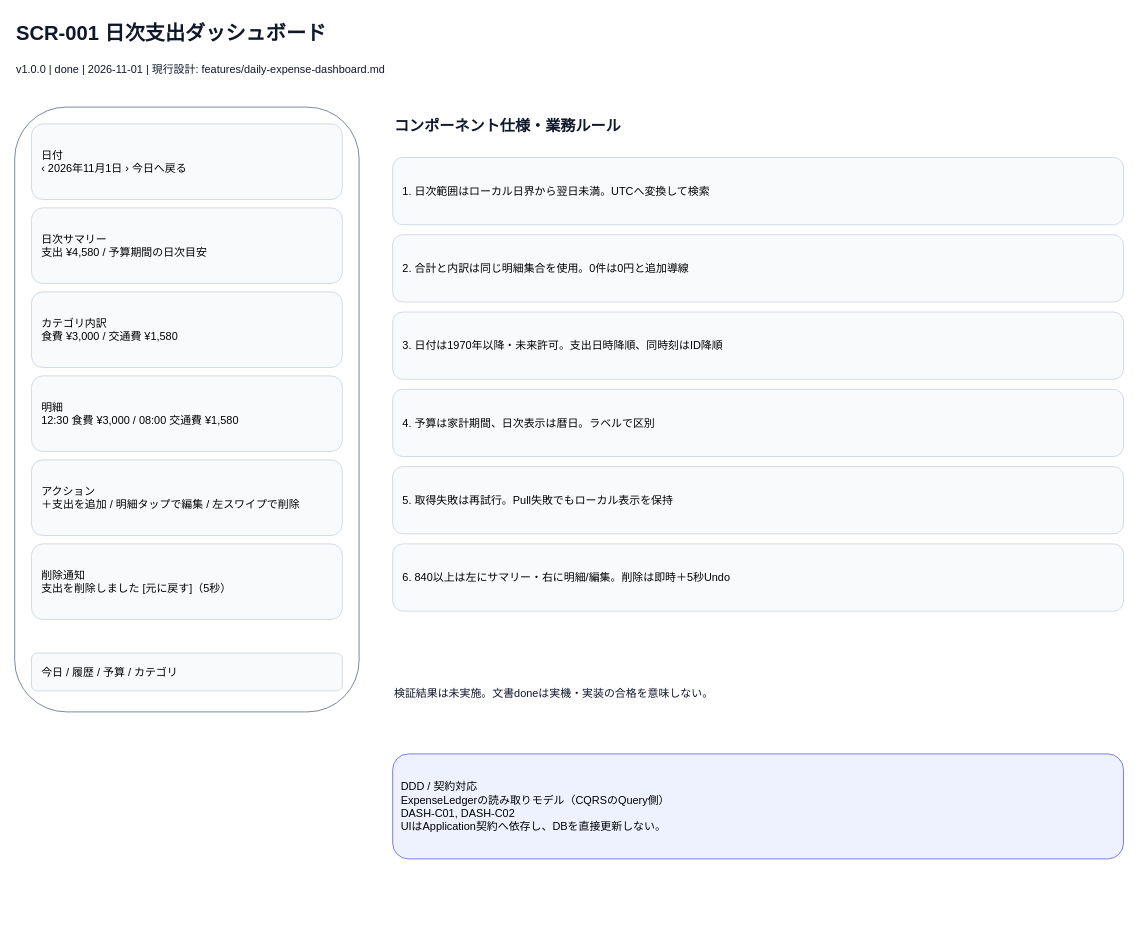
Earlier version of the draw.io diagram page "日次支出ダッシュボード" (1 of 8) of docs/spec/screens.drawio (tombee-studio/self-management-app). Source tidied: cells renumbered, new cells numbered last; positions are measured from the earlier drawing's top-left corner, leaving out a move shared by most shapes. Both pictures are drawn from the tidied source at 84%, with x=0, y=0 at pixel (14, 14).
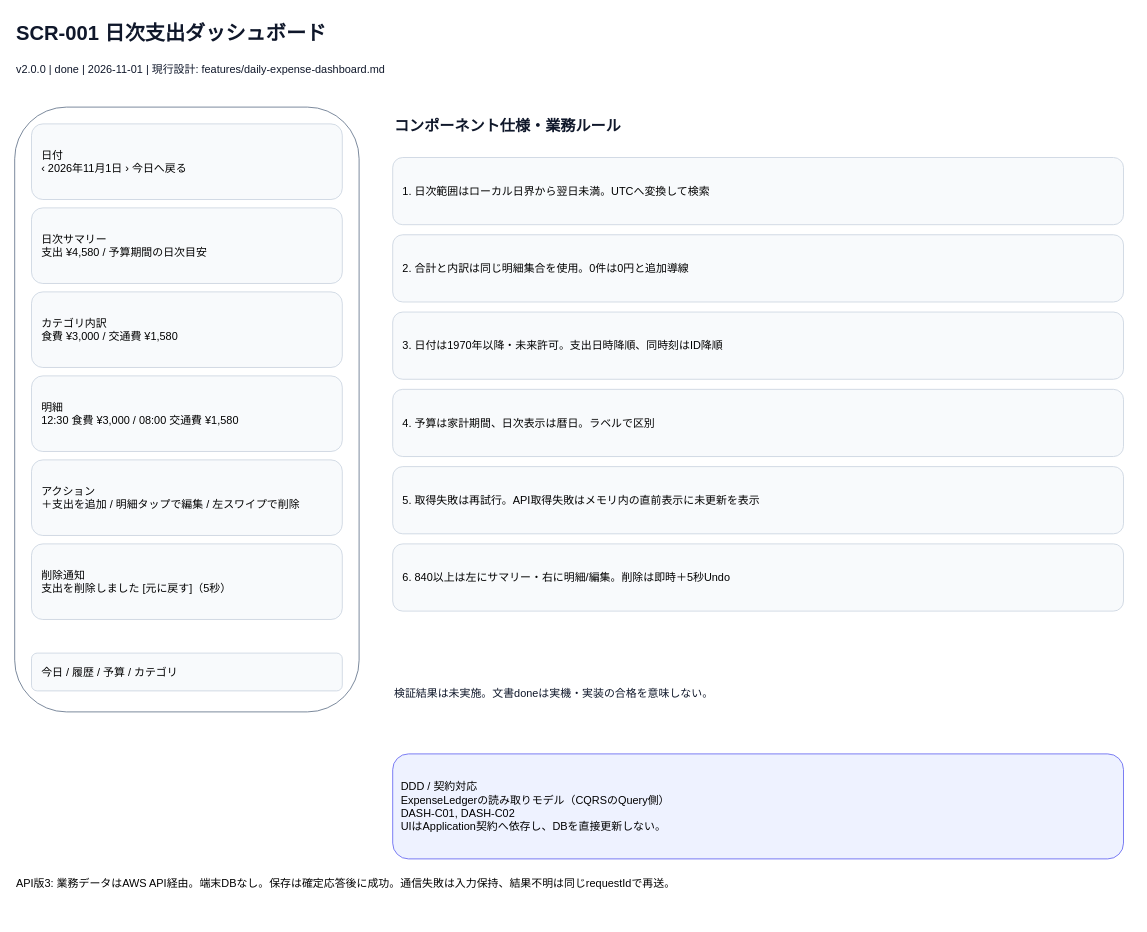
After the change.

Diff of the diagram source:
```diff
@@
-    <mxCell id="3" value="v1.0.0 | done | 2026-11-01 | 現行設計: features/daily-expense-dashboard.md" style="text;html=0;align=left;verticalAlign=middle;whiteSpace=wrap;overflow=hidden;fontSize=13;fontColor=#0F172A;" parent="1" vertex="1">
+    <mxCell id="3" value="v2.0.0 | done | 2026-11-01 | 現行設計: features/daily-expense-dashboard.md" style="text;html=0;align=left;verticalAlign=middle;whiteSpace=wrap;overflow=hidden;fontSize=13;fontColor=#0F172A;" parent="1" vertex="1">
       <mxGeometry y="50" width="1300" height="30" as="geometry" />
     </mxCell>
@@
-    <mxCell id="17" value="5. 取得失敗は再試行。Pull失敗でもローカル表示を保持" style="rounded=1;whiteSpace=wrap;html=0;fillColor=#F8FAFC;strokeColor=#CBD5E1;align=left;spacing=12;fontSize=13;" parent="1" vertex="1">
+    <mxCell id="17" value="5. 取得失敗は再試行。API取得失敗はメモリ内の直前表示に未更新を表示" style="rounded=1;whiteSpace=wrap;html=0;fillColor=#F8FAFC;strokeColor=#CBD5E1;align=left;spacing=12;fontSize=13;" parent="1" vertex="1">
       <mxGeometry x="450" y="538" width="870" height="80" as="geometry" />
     </mxCell>
@@
+    <mxCell id="21" value="API版3: 業務データはAWS API経由。端末DBなし。保存は確定応答後に成功。通信失敗は入力保持、結果不明は同じrequestIdで再送。" style="text;html=0;align=left;whiteSpace=wrap;fontSize=13;" parent="1" vertex="1">
+      <mxGeometry y="1020" width="1300" height="55" as="geometry" />
+    </mxCell>
```
